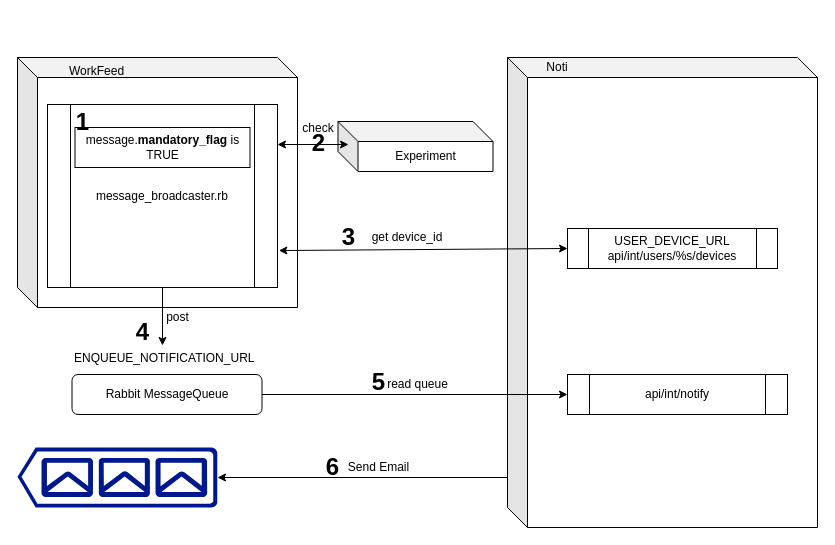
Before: MandatoryNotification.drawio in JSSU/WorkNoteT, a draw.io diagram. Source tidied: cells renumbered, new cells numbered last; positions are measured from the earlier drawing's top-left corner, leaving out a move shared by most shapes. Both pictures are drawn from the tidied source at 100%, with x=0, y=0 at pixel (17, 57).
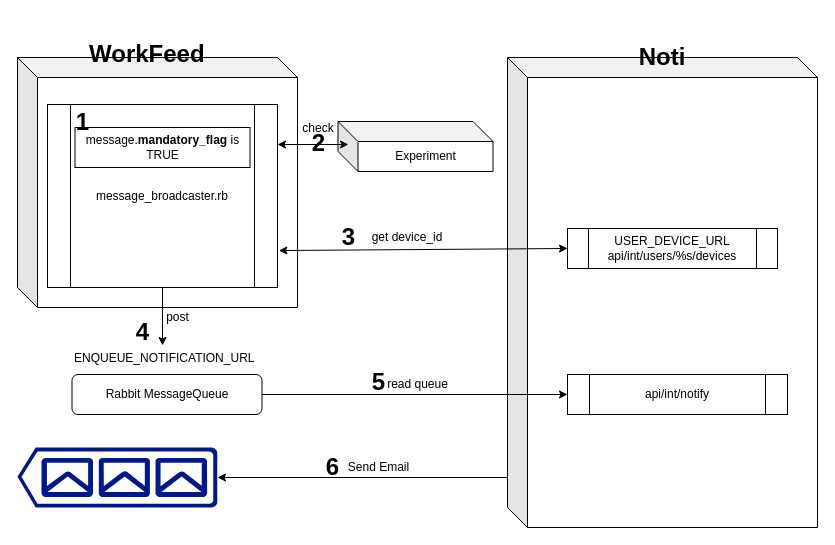
After the change.

Diff of the diagram source:
```diff
@@
-    <mxCell id="8" value="WorkFeed" style="text;html=1;" parent="1" vertex="1">
-      <mxGeometry x="50" width="80" height="30" as="geometry" />
+    <mxCell id="8" value="&lt;h1&gt;&lt;b&gt;WorkFeed&lt;/b&gt;&lt;/h1&gt;" style="text;html=1;" parent="1" vertex="1">
+      <mxGeometry x="70" y="-40" width="220" height="50" as="geometry" />
     </mxCell>
-    <mxCell id="9" value="Noti" style="text;html=1;strokeColor=none;fillColor=none;align=center;verticalAlign=middle;whiteSpace=wrap;rounded=0;" parent="1" vertex="1">
-      <mxGeometry x="520" width="40" height="20" as="geometry" />
+    <mxCell id="9" value="&lt;h1&gt;&lt;b&gt;Noti&lt;/b&gt;&lt;/h1&gt;" style="text;html=1;strokeColor=none;fillColor=none;align=center;verticalAlign=middle;whiteSpace=wrap;rounded=0;" parent="1" vertex="1">
+      <mxGeometry x="585" y="-20" width="120" height="40" as="geometry" />
     </mxCell>
```
